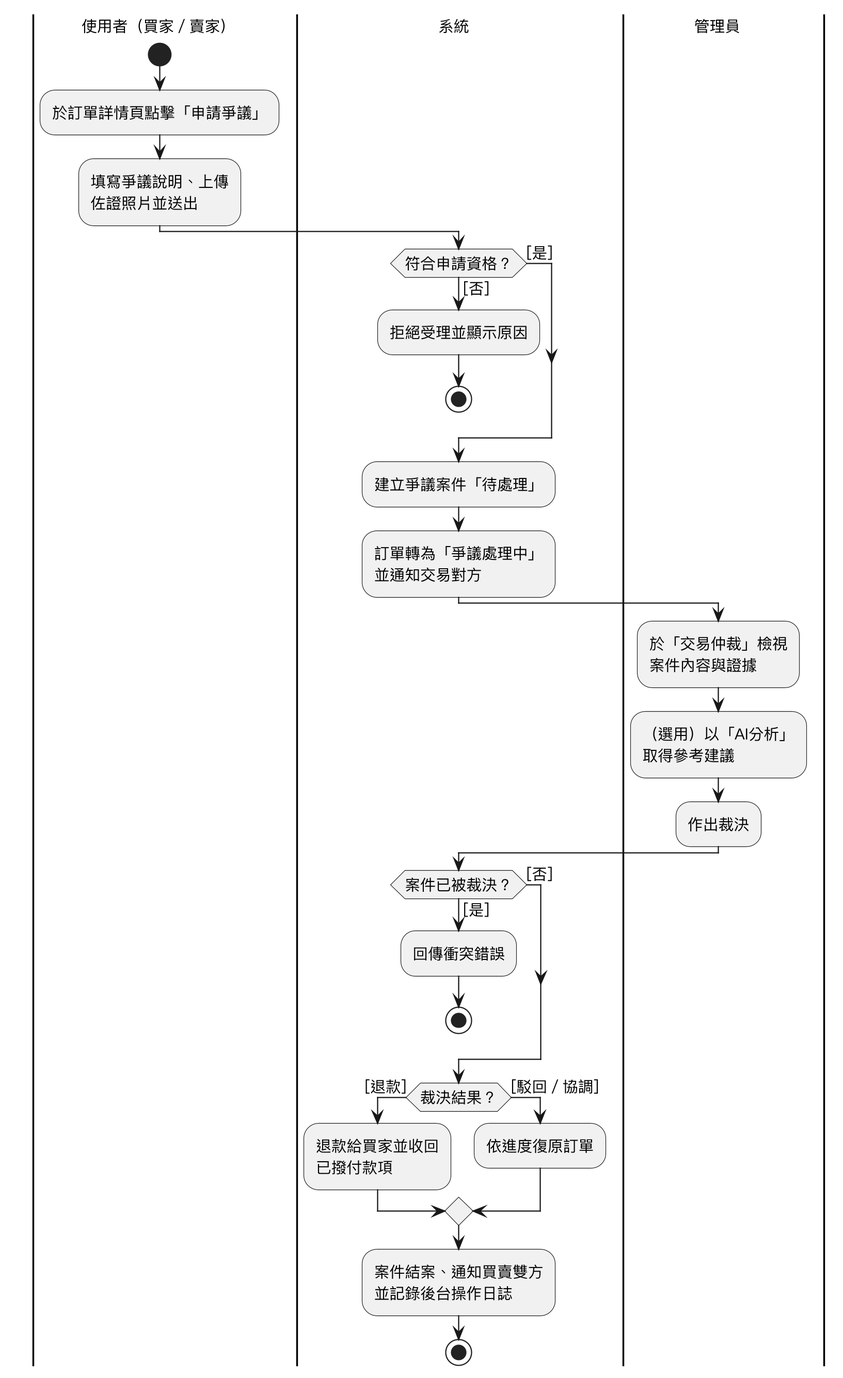
The PlantUML diagram Diagrams/Activity diagram/v3/uc07.png in SaveMyBook/SaveMyBook, before a commit.
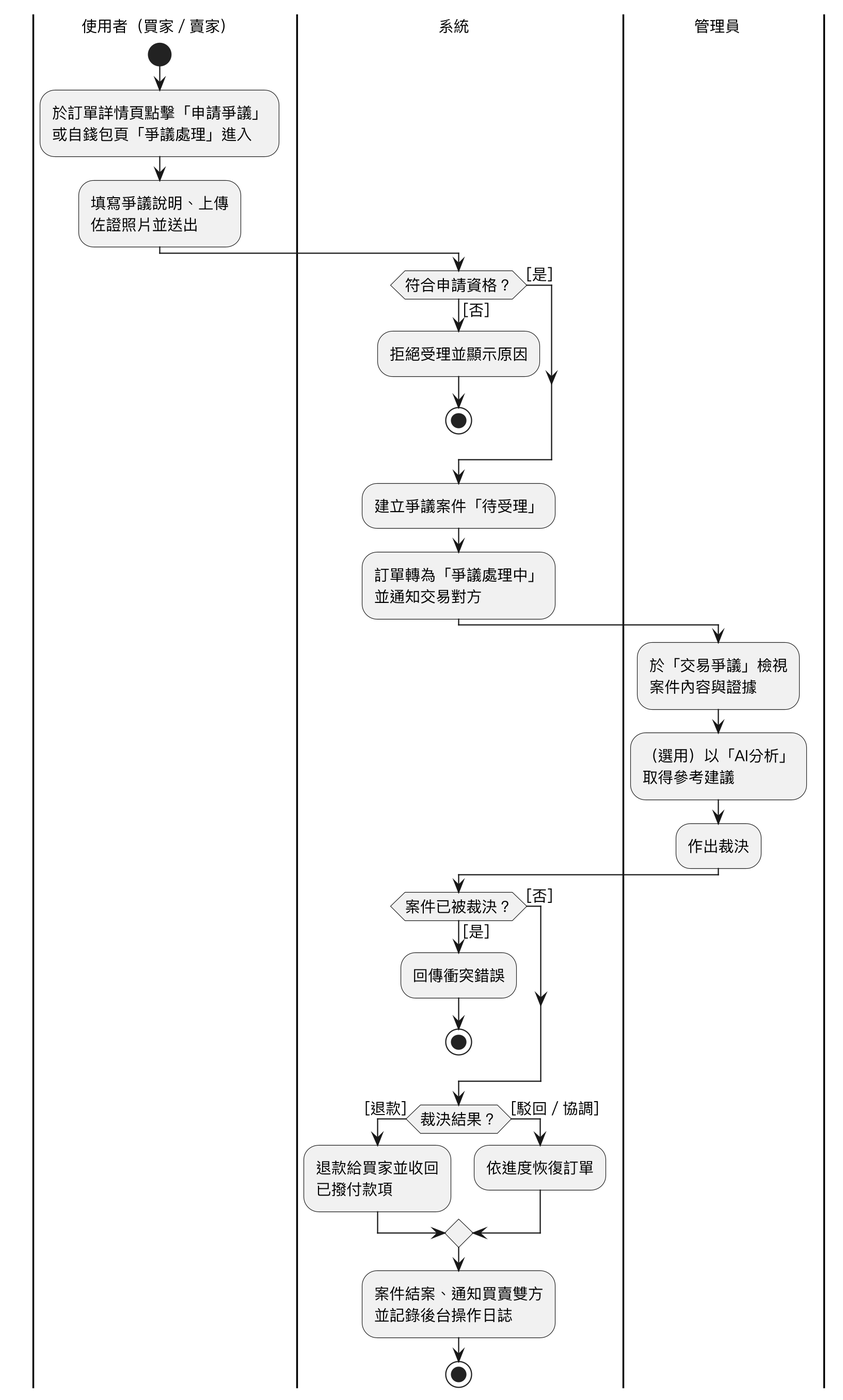
The same diagram one commit later.

Change to the diagram source:
```diff
@@ -7,7 +7,7 @@
 skinparam swimlaneWidth same
 |使用者（買家／賣家）|
 start
-:於訂單詳情頁點擊「申請爭議」;
+:於訂單詳情頁點擊「申請爭議」\n或自錢包頁「爭議處理」進入;
 :填寫爭議說明、上傳\n佐證照片並送出;
 |系統|
 if (符合申請資格？) then ([否])
@@ -15,10 +15,10 @@
   stop
 else ([是])
 endif
-:建立爭議案件「待處理」;
+:建立爭議案件「待受理」;
 :訂單轉為「爭議處理中」\n並通知交易對方;
 |管理員|
-:於「交易仲裁」檢視\n案件內容與證據;
+:於「交易爭議」檢視\n案件內容與證據;
 :（選用）以「AI分析」\n取得參考建議;
 :作出裁決;
 |系統|
@@ -30,7 +30,7 @@
 if (裁決結果？) then ([退款])
   :退款給買家並收回\n已撥付款項;
 else ([駁回／協調])
-  :依進度復原訂單;
+  :依進度恢復訂單;
 endif
 :案件結案、通知買賣雙方\n並記錄後台操作日誌;
 stop
```
